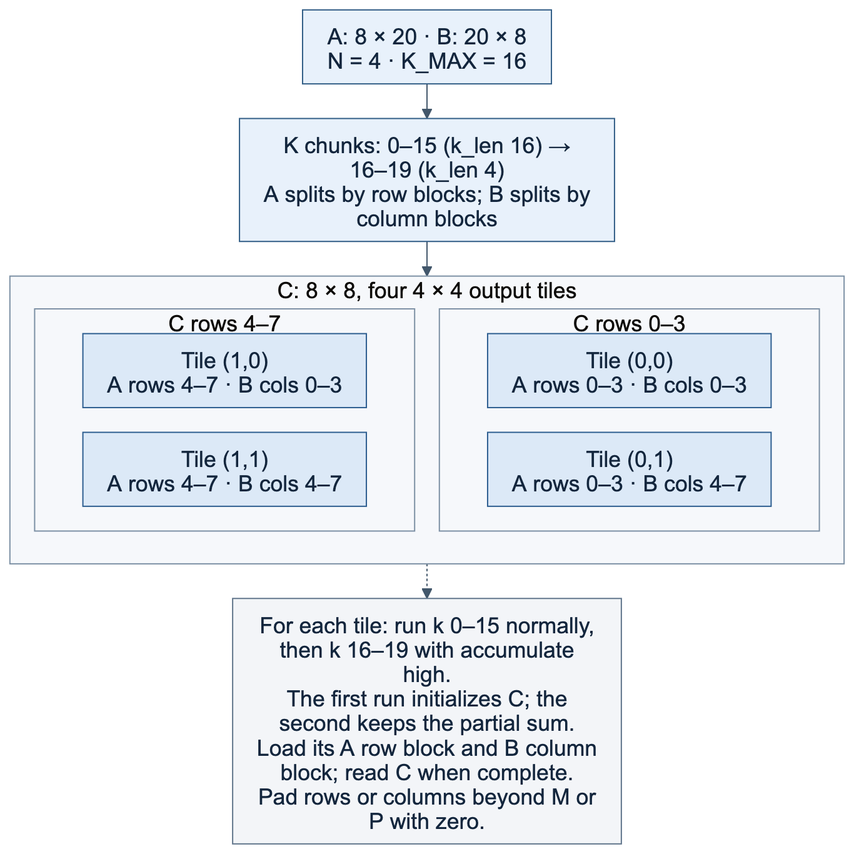
Before: docs/architecture/png/tiling.png, a diagram exported from Mermaid (vks-g/systolic-matmul-accelerator). Its source is kept beside it as docs/architecture/src/tiling.mmd.
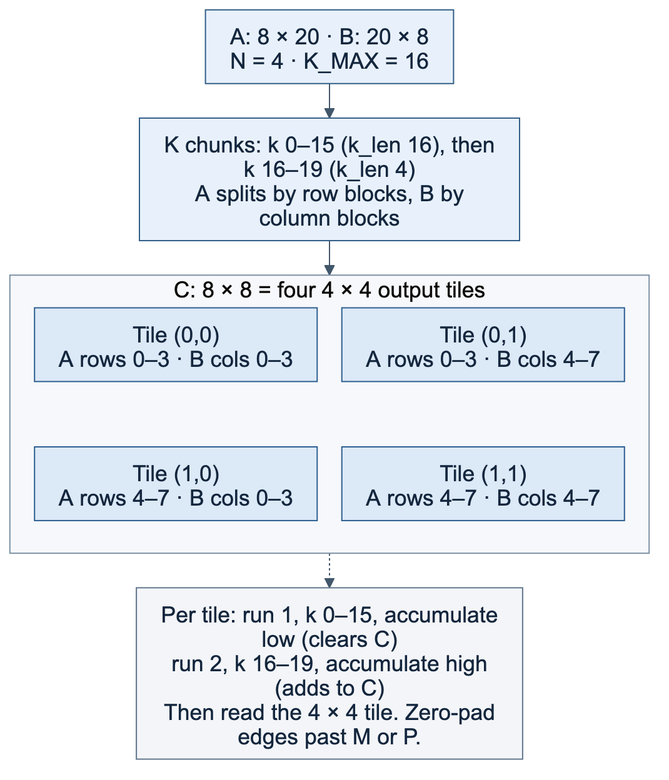
Above is the later version.

Commit message:
docs(architecture): fix the tiling grid order and narrow the baseline

Diff of the diagram source:
```diff
@@ -11,24 +11,20 @@
   accDescr: The output C is four 4 by 4 tiles. Each output tile uses the matching four A rows and four B columns. For each tile, run once with k 0 through 15 and accumulate low, then run with k 16 through 19, k_len 4, and accumulate high. The first run clears the partial sum; the second adds to it.
 
   product["A: 8 × 20  ·  B: 20 × 8<br/>N = 4  ·  K_MAX = 16"]
-  split["K chunks: 0–15 (k_len 16)  →  16–19 (k_len 4)<br/>A splits by row blocks; B splits by column blocks"]
+  split["K chunks: k 0–15 (k_len 16), then k 16–19 (k_len 4)<br/>A splits by row blocks, B by column blocks"]
   product --> split
 
-  subgraph outputs["C: 8 × 8, four 4 × 4 output tiles"]
+  subgraph outputs["C: 8 × 8 = four 4 × 4 output tiles"]
     direction TB
-    subgraph row0["C rows 0–3"]
-      direction LR
-      c00["Tile (0,0)<br/>A rows 0–3 · B cols 0–3"]
-      c01["Tile (0,1)<br/>A rows 0–3 · B cols 4–7"]
-    end
-    subgraph row1["C rows 4–7"]
-      direction LR
-      c10["Tile (1,0)<br/>A rows 4–7 · B cols 0–3"]
-      c11["Tile (1,1)<br/>A rows 4–7 · B cols 4–7"]
-    end
+    c00["Tile (0,0)<br/>A rows 0–3 · B cols 0–3"]
+    c01["Tile (0,1)<br/>A rows 0–3 · B cols 4–7"]
+    c10["Tile (1,0)<br/>A rows 4–7 · B cols 0–3"]
+    c11["Tile (1,1)<br/>A rows 4–7 · B cols 4–7"]
+    c00 ~~~ c10
+    c01 ~~~ c11
   end
   split --> outputs
-  note["For each tile: run k 0–15 normally, then k 16–19 with accumulate high.<br/>The first run initializes C; the second keeps the partial sum.<br/>Load its A row block and B column block; read C when complete.<br/>Pad rows or columns beyond M or P with zero."]
+  note["Per tile: run 1, k 0–15, accumulate low (clears C)<br/>run 2, k 16–19, accumulate high (adds to C)<br/>Then read the 4 × 4 tile. Zero-pad edges past M or P."]
   outputs -.-> note
 
   classDef tile fill:#dce9f7,stroke:#2c5d8f,color:#13263d
```
